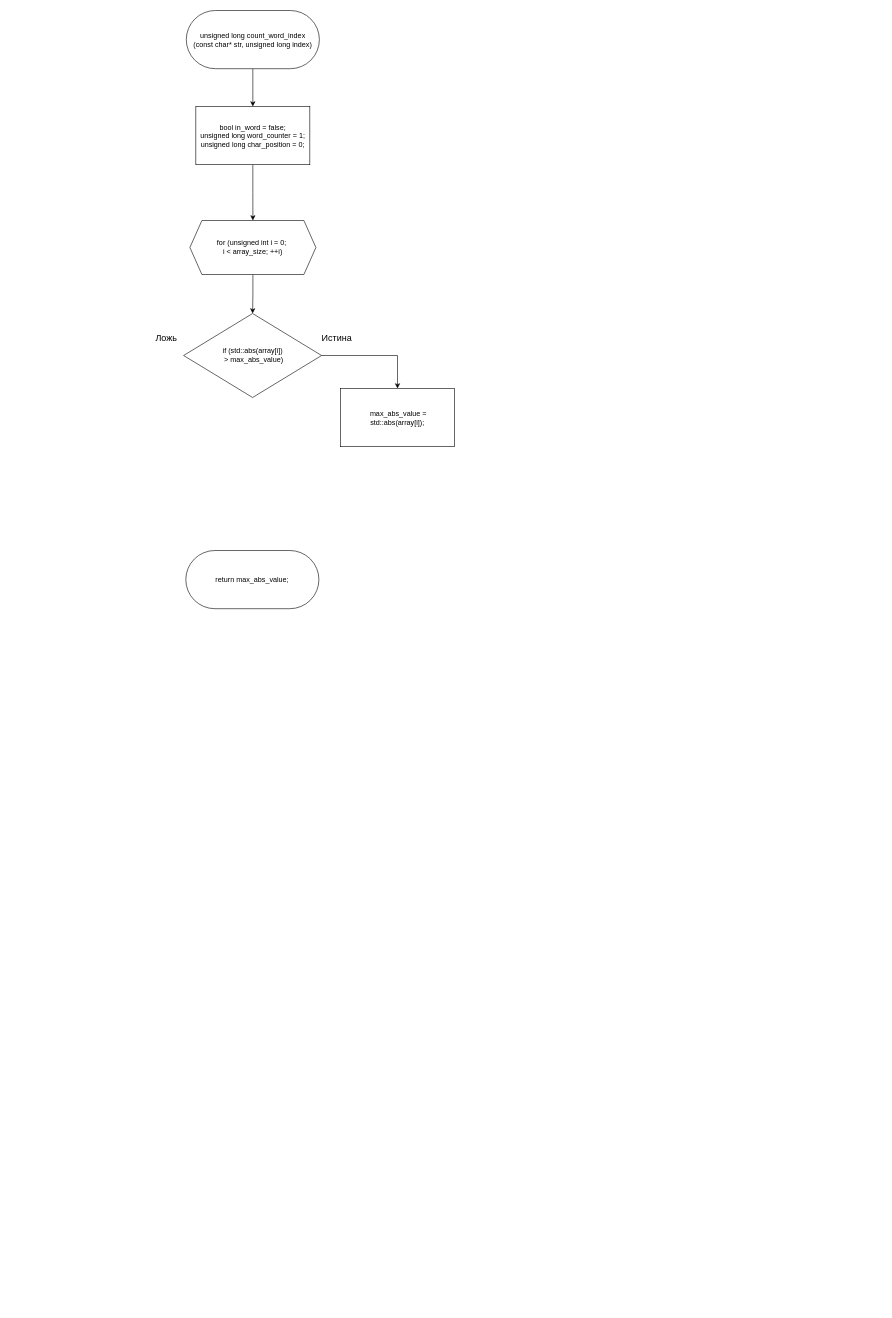
Earlier version of the draw.io diagram LAB7_count_word_index.drawio (kravecila28-ops/Block-diagram_templates). Source tidied: cells renumbered, new cells numbered last; positions are measured from the earlier drawing's top-left corner, leaving out a move shared by most shapes. Both pictures are drawn from the tidied source at 60%, with x=0, y=0 at pixel (148, 10).
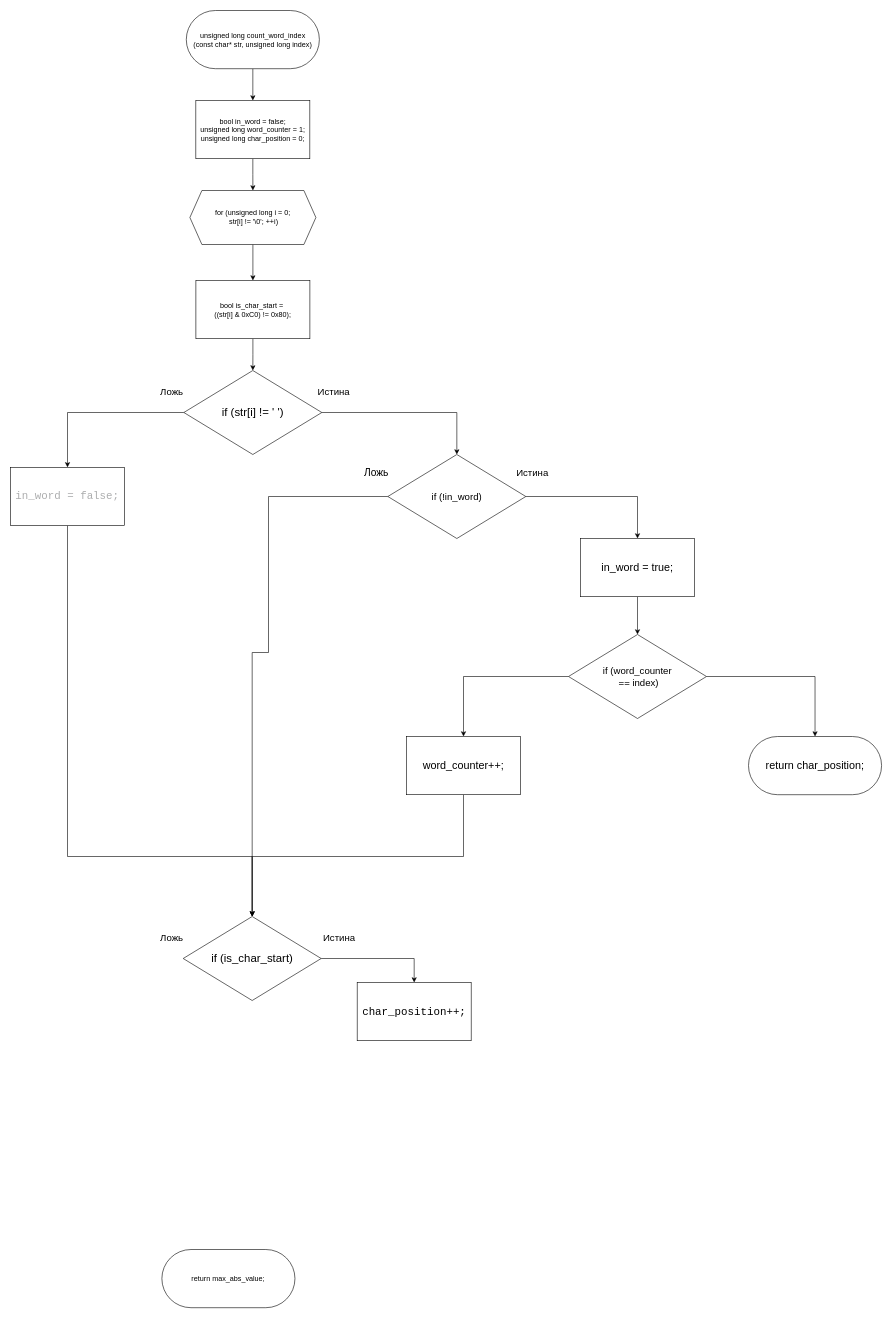
After the change.

What changed in the source:
```diff
@@
     <mxCell id="5" value="&lt;div&gt;bool in_word = false;&lt;/div&gt;&lt;div&gt;unsigned long word_counter = 1;&lt;/div&gt;&lt;div&gt;unsigned long char_position = 0;&lt;/div&gt;" style="rounded=0;whiteSpace=wrap;html=1;labelBackgroundColor=none;" parent="1" vertex="1">
-      <mxGeometry x="78.9" y="160" width="190" height="97" as="geometry" />
+      <mxGeometry x="78.9" y="150" width="190" height="97" as="geometry" />
     </mxCell>
-    <mxCell id="6" style="edgeStyle=orthogonalEdgeStyle;rounded=0;jettySize=auto;html=1;exitX=0.5;exitY=1;exitDx=0;exitDy=0;entryX=0.5;entryY=0;entryDx=0;entryDy=0;labelBackgroundColor=none;fontColor=default;" parent="1" edge="1" source="7" target="9">
-      <mxGeometry relative="1" as="geometry" />
-    </mxCell>
+    <mxCell id="14" style="edgeStyle=orthogonalEdgeStyle;rounded=0;jettySize=auto;html=1;exitX=0.5;exitY=1;exitDx=0;exitDy=0;entryX=0.5;entryY=0;entryDx=0;entryDy=0;" parent="1" edge="1" source="7" target="17">
+      <mxGeometry relative="1" as="geometry" />
+    </mxCell>
-    <mxCell id="7" value="for (unsigned int i = 0;&amp;nbsp;&lt;div&gt;i &amp;lt; array_size; ++i)&lt;/div&gt;" style="shape=hexagon;perimeter=hexagonPerimeter2;whiteSpace=wrap;html=1;fixedSize=1;labelBackgroundColor=none;" parent="1" vertex="1">
-      <mxGeometry x="69" y="350" width="210" height="90" as="geometry" />
+    <mxCell id="7" value="for (unsigned long i = 0;&lt;div&gt;&amp;nbsp;str[i] != '\0'; ++i)&lt;/div&gt;" style="shape=hexagon;perimeter=hexagonPerimeter2;whiteSpace=wrap;html=1;fixedSize=1;labelBackgroundColor=none;" parent="1" vertex="1">
+      <mxGeometry x="69" y="300" width="210" height="90" as="geometry" />
     </mxCell>
-    <mxCell id="8" style="edgeStyle=orthogonalEdgeStyle;rounded=0;jettySize=auto;html=1;exitX=1;exitY=0.5;exitDx=0;exitDy=0;entryX=0.5;entryY=0;entryDx=0;entryDy=0;labelBackgroundColor=none;fontColor=default;" parent="1" edge="1" source="9" target="12">
-      <mxGeometry relative="1" as="geometry" />
-    </mxCell>
-    <mxCell id="9" value="if (std::abs(array[i])&lt;div&gt;&amp;nbsp;&amp;gt; max_abs_value)&lt;/div&gt;" style="rhombus;whiteSpace=wrap;html=1;labelBackgroundColor=none;" parent="1" vertex="1">
-      <mxGeometry x="58.5" y="505" width="230" height="140" as="geometry" />
-    </mxCell>
-    <mxCell id="10" value="&lt;font style=&quot;font-size: 15px;&quot;&gt;Истина&lt;/font&gt;" style="text;html=1;whiteSpace=wrap;strokeColor=none;fillColor=none;align=center;verticalAlign=middle;rounded=0;labelBackgroundColor=none;" parent="1" vertex="1">
-      <mxGeometry x="284" y="530" width="60" height="30" as="geometry" />
-    </mxCell>
-    <mxCell id="11" value="&lt;span style=&quot;font-size: 15px;&quot;&gt;Ложь&lt;/span&gt;" style="text;html=1;whiteSpace=wrap;strokeColor=none;fillColor=none;align=center;verticalAlign=middle;rounded=0;labelBackgroundColor=none;" parent="1" vertex="1">
-      <mxGeometry x="-0.2" y="530" width="60" height="30" as="geometry" />
-    </mxCell>
-    <mxCell id="12" value="&amp;nbsp;max_abs_value = std::abs(array[i]);" style="rounded=0;whiteSpace=wrap;html=1;labelBackgroundColor=none;" parent="1" vertex="1">
-      <mxGeometry x="320" y="630" width="190" height="97" as="geometry" />
-    </mxCell>
     <mxCell id="13" value="return max_abs_value;" style="rounded=1;whiteSpace=wrap;html=1;arcSize=50;labelBackgroundColor=none;" parent="1" vertex="1">
-      <mxGeometry x="62.2" y="900" width="221.8" height="97" as="geometry" />
+      <mxGeometry x="22.3" y="2065" width="221.8" height="97" as="geometry" />
     </mxCell>
+    <mxCell id="15" style="edgeStyle=orthogonalEdgeStyle;rounded=0;jettySize=auto;html=1;exitX=0.5;exitY=1;exitDx=0;exitDy=0;entryX=0.5;entryY=0;entryDx=0;entryDy=0;" parent="1" edge="1" source="17" target="20">
+      <mxGeometry relative="1" as="geometry" />
+    </mxCell>
+    <mxCell id="16" style="edgeStyle=orthogonalEdgeStyle;rounded=0;jettySize=auto;html=1;exitX=0.5;exitY=1;exitDx=0;exitDy=0;entryX=0.5;entryY=0;entryDx=0;entryDy=0;" parent="1" edge="1" target="20">
+      <mxGeometry relative="1" as="geometry">
+        <mxPoint x="184" y="607" as="sourcePoint" />
+      </mxGeometry>
+    </mxCell>
+    <mxCell id="17" value="bool is_char_start =&amp;nbsp;&lt;div&gt;((str[i] &amp;amp; 0xC0) != 0x80);&lt;/div&gt;" style="rounded=0;whiteSpace=wrap;html=1;labelBackgroundColor=none;" parent="1" vertex="1">
+      <mxGeometry x="79" y="450" width="190" height="97" as="geometry" />
+    </mxCell>
+    <mxCell id="18" style="edgeStyle=orthogonalEdgeStyle;rounded=0;jettySize=auto;html=1;exitX=1;exitY=0.5;exitDx=0;exitDy=0;entryX=0.5;entryY=0;entryDx=0;entryDy=0;" parent="1" edge="1" source="20" target="25">
+      <mxGeometry relative="1" as="geometry" />
+    </mxCell>
+    <mxCell id="19" style="edgeStyle=orthogonalEdgeStyle;rounded=0;jettySize=auto;html=1;exitX=0;exitY=0.5;exitDx=0;exitDy=0;entryX=0.5;entryY=0;entryDx=0;entryDy=0;" parent="1" edge="1" source="20" target="27">
+      <mxGeometry relative="1" as="geometry" />
+    </mxCell>
+    <mxCell id="20" value="&lt;font style=&quot;font-size: 19px;&quot;&gt;if (str[i] != ' ')&lt;/font&gt;" style="rhombus;whiteSpace=wrap;html=1;labelBackgroundColor=none;" parent="1" vertex="1">
+      <mxGeometry x="58.9" y="600" width="230" height="140" as="geometry" />
+    </mxCell>
+    <mxCell id="21" value="&lt;font style=&quot;font-size: 16px;&quot;&gt;Истина&lt;/font&gt;" style="text;html=1;whiteSpace=wrap;strokeColor=none;fillColor=none;align=center;verticalAlign=middle;rounded=0;labelBackgroundColor=none;" parent="1" vertex="1">
+      <mxGeometry x="278.9" y="620" width="60" height="30" as="geometry" />
+    </mxCell>
+    <mxCell id="22" value="&lt;span style=&quot;font-size: 16px;&quot;&gt;Ложь&lt;/span&gt;" style="text;html=1;whiteSpace=wrap;strokeColor=none;fillColor=none;align=center;verticalAlign=middle;rounded=0;labelBackgroundColor=none;" parent="1" vertex="1">
+      <mxGeometry x="8.9" y="620" width="60" height="30" as="geometry" />
+    </mxCell>
+    <mxCell id="23" style="edgeStyle=orthogonalEdgeStyle;rounded=0;jettySize=auto;html=1;exitX=1;exitY=0.5;exitDx=0;exitDy=0;entryX=0.5;entryY=0;entryDx=0;entryDy=0;" parent="1" edge="1" source="25" target="37">
+      <mxGeometry relative="1" as="geometry" />
+    </mxCell>
+    <mxCell id="24" style="edgeStyle=orthogonalEdgeStyle;rounded=0;jettySize=auto;html=1;exitX=0;exitY=0.5;exitDx=0;exitDy=0;entryX=0.5;entryY=0;entryDx=0;entryDy=0;" parent="1" edge="1" source="25" target="29">
+      <mxGeometry relative="1" as="geometry">
+        <Array as="points">
+          <mxPoint x="200" y="810" />
+          <mxPoint x="200" y="1070" />
+          <mxPoint x="173" y="1070" />
+        </Array>
+      </mxGeometry>
+    </mxCell>
+    <mxCell id="25" value="&lt;font style=&quot;font-size: 16px;&quot;&gt;if (!in_word)&lt;/font&gt;" style="rhombus;whiteSpace=wrap;html=1;labelBackgroundColor=none;" parent="1" vertex="1">
+      <mxGeometry x="398.9" y="740" width="230" height="140" as="geometry" />
+    </mxCell>
+    <mxCell id="26" style="edgeStyle=orthogonalEdgeStyle;rounded=0;jettySize=auto;html=1;exitX=0.5;exitY=1;exitDx=0;exitDy=0;entryX=0.5;entryY=0;entryDx=0;entryDy=0;" parent="1" edge="1" source="27" target="29">
+      <mxGeometry relative="1" as="geometry">
+        <Array as="points">
+          <mxPoint x="-135" y="1410" />
+          <mxPoint x="173" y="1410" />
+        </Array>
+      </mxGeometry>
+    </mxCell>
+    <mxCell id="27" value="&lt;font face=&quot;Consolas, Courier New, monospace&quot; style=&quot;color: light-dark(rgb(172, 173, 174), rgb(255, 255, 255)); font-size: 18px;&quot;&gt;&lt;span style=&quot;white-space: pre;&quot;&gt;in_word = false;&lt;/span&gt;&lt;/font&gt;" style="rounded=0;whiteSpace=wrap;html=1;labelBackgroundColor=none;" parent="1" vertex="1">
+      <mxGeometry x="-230" y="761.5" width="190" height="97" as="geometry" />
+    </mxCell>
+    <mxCell id="28" style="edgeStyle=orthogonalEdgeStyle;rounded=0;jettySize=auto;html=1;exitX=1;exitY=0.5;exitDx=0;exitDy=0;entryX=0.5;entryY=0;entryDx=0;entryDy=0;" parent="1" edge="1" source="29" target="30">
+      <mxGeometry relative="1" as="geometry" />
+    </mxCell>
+    <mxCell id="29" value="&lt;span style=&quot;font-size: 19px;&quot;&gt;if (is_char_start)&lt;/span&gt;" style="rhombus;whiteSpace=wrap;html=1;labelBackgroundColor=none;" parent="1" vertex="1">
+      <mxGeometry x="57.8" y="1510" width="230" height="140" as="geometry" />
+    </mxCell>
+    <mxCell id="30" value="&lt;font face=&quot;Consolas, Courier New, monospace&quot;&gt;&lt;span style=&quot;font-size: 18px; white-space: pre;&quot;&gt;char_position++;&lt;/span&gt;&lt;/font&gt;" style="rounded=0;whiteSpace=wrap;html=1;labelBackgroundColor=none;" parent="1" vertex="1">
+      <mxGeometry x="347.8" y="1620" width="190" height="97" as="geometry" />
+    </mxCell>
+    <mxCell id="31" value="&lt;font style=&quot;font-size: 16px;&quot;&gt;Истина&lt;/font&gt;" style="text;html=1;whiteSpace=wrap;strokeColor=none;fillColor=none;align=center;verticalAlign=middle;rounded=0;labelBackgroundColor=none;" parent="1" vertex="1">
+      <mxGeometry x="287.8" y="1530" width="60" height="30" as="geometry" />
+    </mxCell>
+    <mxCell id="32" value="&lt;span style=&quot;font-size: 16px;&quot;&gt;Ложь&lt;/span&gt;" style="text;html=1;whiteSpace=wrap;strokeColor=none;fillColor=none;align=center;verticalAlign=middle;rounded=0;labelBackgroundColor=none;" parent="1" vertex="1">
+      <mxGeometry x="8.9" y="1530" width="60" height="30" as="geometry" />
+    </mxCell>
+    <mxCell id="33" value="&lt;font style=&quot;font-size: 16px;&quot;&gt;Истина&lt;/font&gt;" style="text;html=1;whiteSpace=wrap;strokeColor=none;fillColor=none;align=center;verticalAlign=middle;rounded=0;labelBackgroundColor=none;" parent="1" vertex="1">
+      <mxGeometry x="610" y="756" width="60" height="30" as="geometry" />
+    </mxCell>
+    <mxCell id="34" value="&lt;font style=&quot;font-size: 17px;&quot;&gt;Ложь&lt;/font&gt;" style="text;html=1;whiteSpace=wrap;strokeColor=none;fillColor=none;align=center;verticalAlign=middle;rounded=0;labelBackgroundColor=none;" parent="1" vertex="1">
+      <mxGeometry x="350" y="756" width="60" height="30" as="geometry" />
+    </mxCell>
+    <mxCell id="35" style="edgeStyle=orthogonalEdgeStyle;rounded=0;orthogonalLoop=1;jettySize=auto;html=1;exitX=0.5;exitY=1;exitDx=0;exitDy=0;" parent="1" edge="1" source="33" target="33">
+      <mxGeometry relative="1" as="geometry" />
+    </mxCell>
+    <mxCell id="36" style="edgeStyle=orthogonalEdgeStyle;rounded=0;jettySize=auto;html=1;exitX=0.5;exitY=1;exitDx=0;exitDy=0;entryX=0.5;entryY=0;entryDx=0;entryDy=0;" parent="1" edge="1" source="37" target="40">
+      <mxGeometry relative="1" as="geometry" />
+    </mxCell>
+    <mxCell id="37" value="&lt;font style=&quot;font-size: 18px;&quot;&gt;in_word = true;&lt;/font&gt;" style="rounded=0;whiteSpace=wrap;html=1;labelBackgroundColor=none;" parent="1" vertex="1">
+      <mxGeometry x="720" y="880" width="190" height="97" as="geometry" />
+    </mxCell>
+    <mxCell id="38" style="edgeStyle=orthogonalEdgeStyle;rounded=0;jettySize=auto;html=1;exitX=1;exitY=0.5;exitDx=0;exitDy=0;entryX=0.5;entryY=0;entryDx=0;entryDy=0;" parent="1" edge="1" source="40" target="41">
+      <mxGeometry relative="1" as="geometry" />
+    </mxCell>
+    <mxCell id="39" style="edgeStyle=orthogonalEdgeStyle;rounded=0;jettySize=auto;html=1;exitX=0;exitY=0.5;exitDx=0;exitDy=0;entryX=0.5;entryY=0;entryDx=0;entryDy=0;" parent="1" edge="1" source="40" target="43">
+      <mxGeometry relative="1" as="geometry" />
+    </mxCell>
+    <mxCell id="40" value="&lt;span style=&quot;font-size: 16px;&quot;&gt;if (word_counter&lt;/span&gt;&lt;div&gt;&lt;span style=&quot;font-size: 16px;&quot;&gt;&amp;nbsp;== index)&lt;/span&gt;&lt;/div&gt;" style="rhombus;whiteSpace=wrap;html=1;labelBackgroundColor=none;" parent="1" vertex="1">
+      <mxGeometry x="700" y="1040" width="230" height="140" as="geometry" />
+    </mxCell>
+    <mxCell id="41" value="&lt;font style=&quot;font-size: 18px;&quot;&gt;return char_position;&lt;/font&gt;" style="rounded=1;whiteSpace=wrap;html=1;arcSize=50;labelBackgroundColor=none;" parent="1" vertex="1">
+      <mxGeometry x="1000" y="1210" width="221.8" height="97" as="geometry" />
+    </mxCell>
+    <mxCell id="42" style="edgeStyle=orthogonalEdgeStyle;rounded=0;jettySize=auto;html=1;exitX=0.5;exitY=1;exitDx=0;exitDy=0;entryX=0.5;entryY=0;entryDx=0;entryDy=0;" parent="1" edge="1" source="43" target="29">
+      <mxGeometry relative="1" as="geometry">
+        <Array as="points">
+          <mxPoint x="525" y="1410" />
+          <mxPoint x="173" y="1410" />
+        </Array>
+      </mxGeometry>
+    </mxCell>
+    <mxCell id="43" value="&lt;font style=&quot;font-size: 18px;&quot;&gt;word_counter++;&lt;/font&gt;" style="rounded=0;whiteSpace=wrap;html=1;labelBackgroundColor=none;" parent="1" vertex="1">
+      <mxGeometry x="430" y="1210" width="190" height="97" as="geometry" />
+    </mxCell>
```
